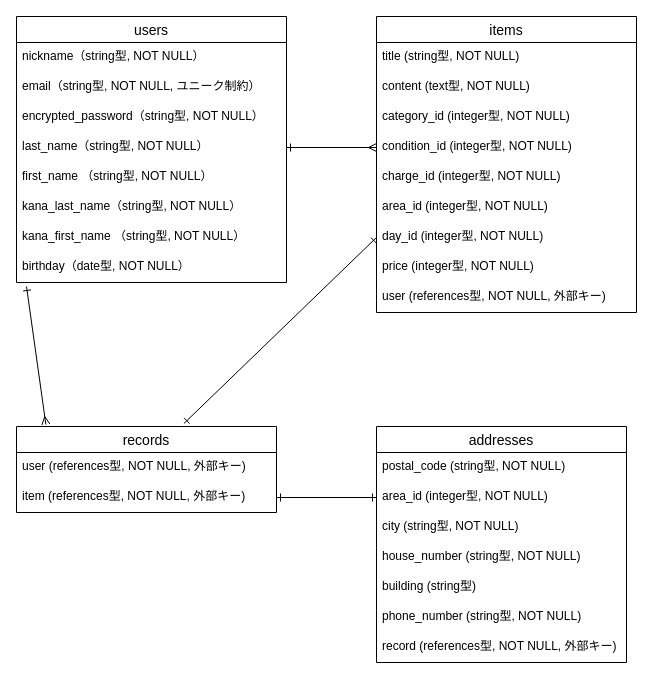
Earlier version of the draw.io diagram test.dio (benaturalblue/furima-39217). Source tidied: cells renumbered, new cells numbered last; positions are measured from the earlier drawing's top-left corner, leaving out a move shared by most shapes. Both pictures are drawn from the tidied source at 100%, with x=0, y=0 at pixel (16, 16).
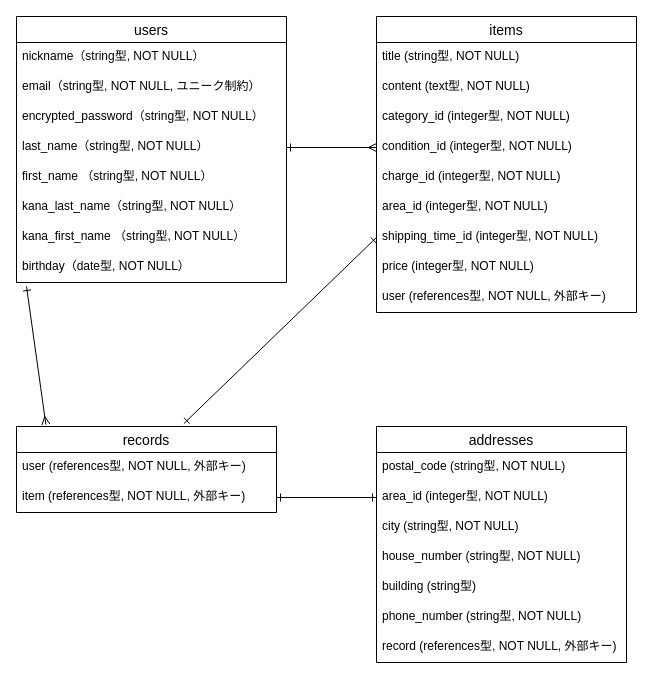
The same page after the edit.

The change refers to these unchanged cells:
```xml
<mxCell id="11" value="items" style="swimlane;fontStyle=0;horizontal=1;startSize=26;align=center;fontSize=14;" parent="1" vertex="1">
  <mxGeometry x="360" width="260" height="296" as="geometry" />
</mxCell>
```

The edit, as a diff of the source:
```diff
@@
-    <mxCell id="18" value="day_id (integer型, NOT NULL)" style="text;strokeColor=none;fillColor=none;spacingLeft=4;spacingRight=4;overflow=hidden;points=[[0,0.5],[1,0.5]];portConstraint=eastwest;fontSize=12;" parent="11" vertex="1">
+    <mxCell id="18" value="shipping_time_id (integer型, NOT NULL)" style="text;strokeColor=none;fillColor=none;spacingLeft=4;spacingRight=4;overflow=hidden;points=[[0,0.5],[1,0.5]];portConstraint=eastwest;fontSize=12;" parent="11" vertex="1">
       <mxGeometry y="206" width="260" height="30" as="geometry" />
     </mxCell>
```
